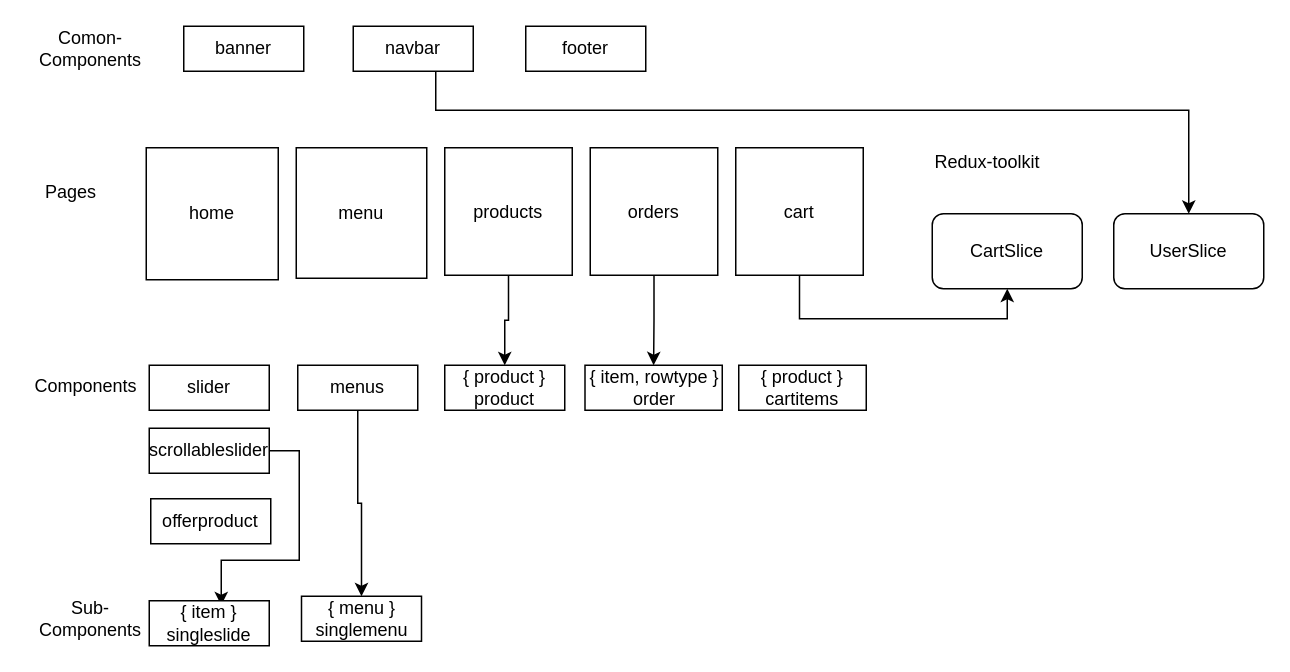
Above: componentsdiagram.drawio in sabrinabu/restaurentapp2023 (draw.io), before the change. Source tidied: cells renumbered, new cells numbered last; positions are measured from the earlier drawing's top-left corner, leaving out a move shared by most shapes. Both pictures are drawn from the tidied source at 150%, with x=0, y=0 at pixel (26, 26).
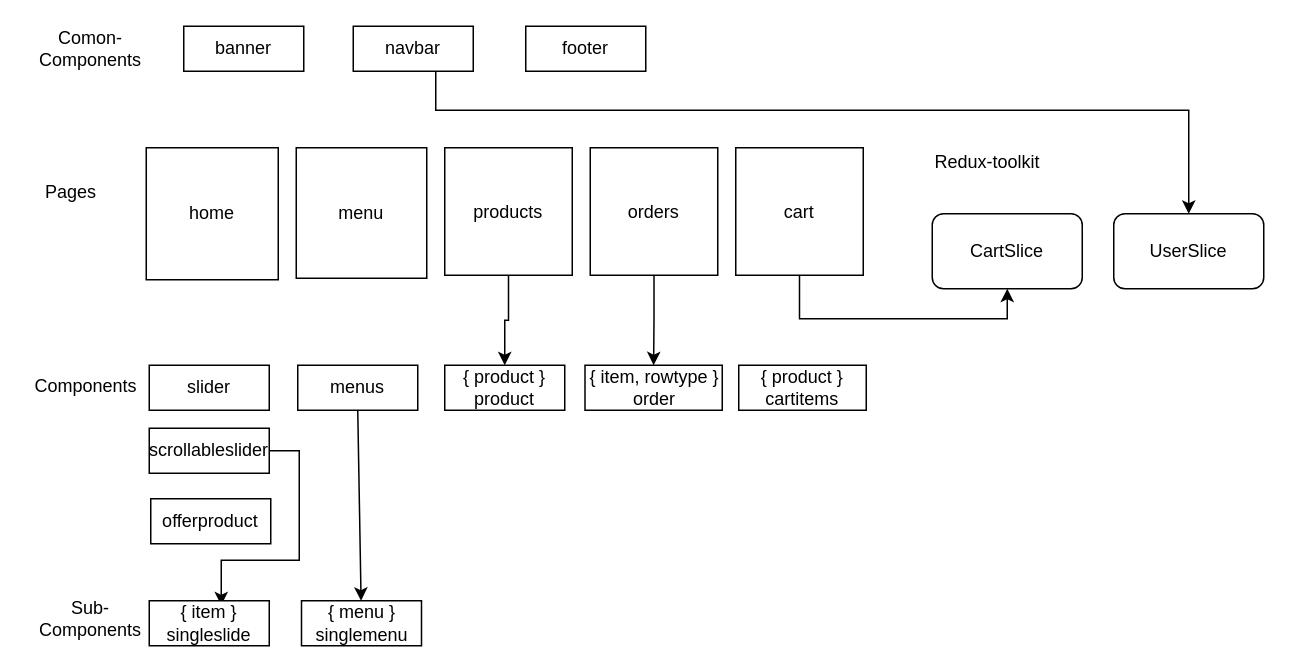
The same page after the edit.

The change refers to these unchanged cells:
```xml
<mxCell id="26" value="menus" style="rounded=0;whiteSpace=wrap;html=1;" parent="1" vertex="1">
  <mxGeometry x="181" y="226" width="80" height="30" as="geometry" />
</mxCell>
```

The edit, as a diff of the source:
```diff
@@
     <mxCell id="24" value="{ menu }&lt;br&gt;singlemenu" style="rounded=0;whiteSpace=wrap;html=1;" parent="1" vertex="1">
-      <mxGeometry x="183.5" y="380" width="80" height="30" as="geometry" />
+      <mxGeometry x="183.5" y="383" width="80" height="30" as="geometry" />
     </mxCell>
-    <mxCell id="25" style="edgeStyle=orthogonalEdgeStyle;rounded=0;jettySize=auto;html=1;exitX=0.5;exitY=1;exitDx=0;exitDy=0;entryX=0.5;entryY=0;entryDx=0;entryDy=0;" parent="1" edge="1" source="26" target="24">
+    <mxCell id="25" style="edgeStyle=none;html=1;exitX=0.5;exitY=1;exitDx=0;exitDy=0;" parent="1" edge="1" source="26" target="24">
       <mxGeometry relative="1" as="geometry" />
     </mxCell>
```
